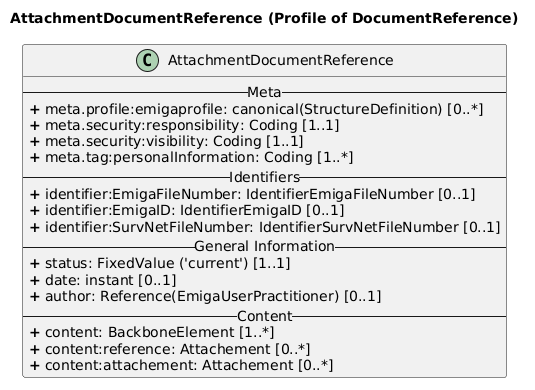
Above: rki.emiga.common/guides/implementationguides.common/PlantUML/PNGs/AttachmentDocumentReference.png in robert-koch-institut/rki.emiga.common (PlantUML), before the change.
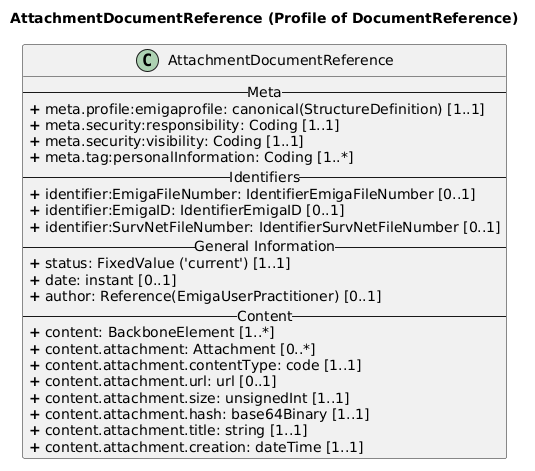
The same diagram one commit later.

Change to the diagram source:
```diff
@@ -3,10 +3,9 @@
 
 title AttachmentDocumentReference (Profile of DocumentReference)
 
-
 class AttachmentDocumentReference{
 -- Meta --
-<b>+</b> meta.profile:emigaprofile: canonical(StructureDefinition) [0..*]
+<b>+</b> meta.profile:emigaprofile: canonical(StructureDefinition) [1..1]
 <b>+</b> meta.security:responsibility: Coding [1..1]
 <b>+</b> meta.security:visibility: Coding [1..1]
 <b>+</b> meta.tag:personalInformation: Coding [1..*]
@@ -20,7 +19,12 @@
 <b>+</b> author: Reference(EmigaUserPractitioner) [0..1]
 -- Content --
 <b>+</b> content: BackboneElement [1..*]
-<b>+</b> content:reference: Attachement [0..*]
-<b>+</b> content:attachement: Attachement [0..*]
+<b>+</b> content.attachment: Attachment [0..*]
+<b>+</b> content.attachment.contentType: code [1..1]
+<b>+</b> content.attachment.url: url [0..1]
+<b>+</b> content.attachment.size: unsignedInt [1..1]
+<b>+</b> content.attachment.hash: base64Binary [1..1]
+<b>+</b> content.attachment.title: string [1..1]
+<b>+</b> content.attachment.creation: dateTime [1..1]
 }
 @enduml
```
